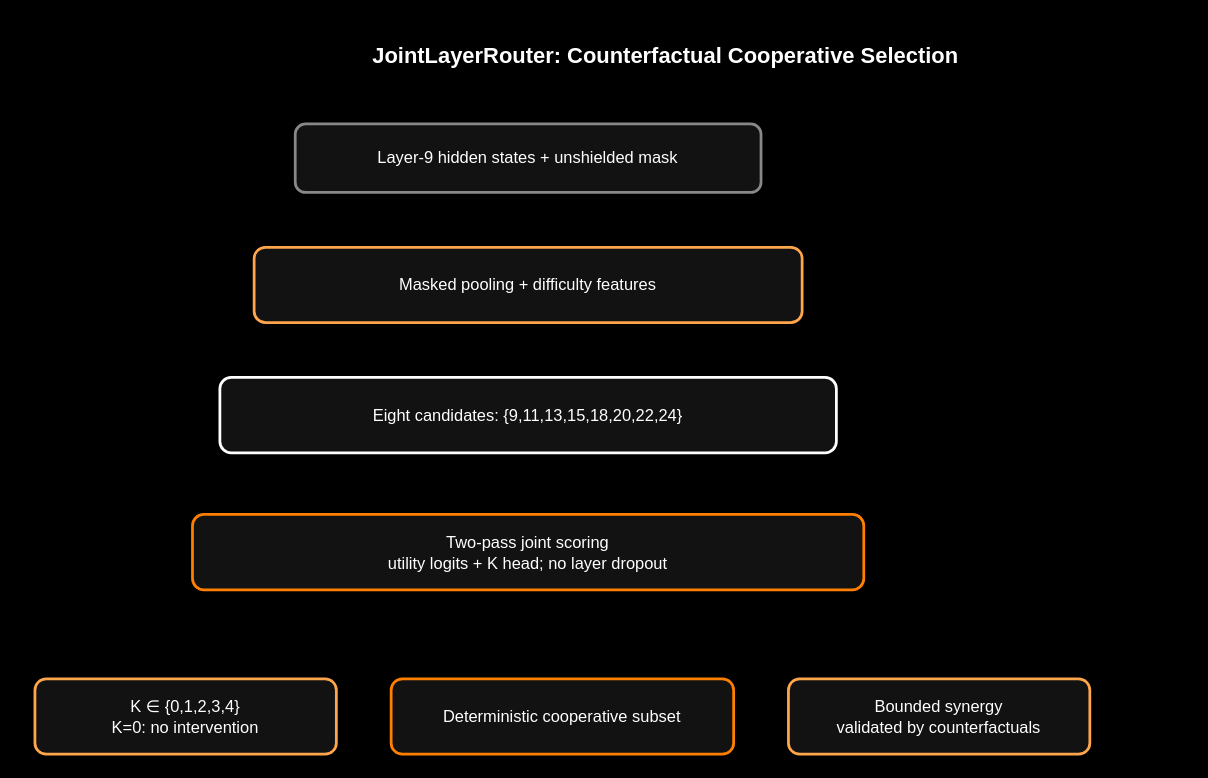
Earlier version of the draw.io diagram diagrams/diagram_router.drawio (Abdullah182155/adaptive-residual-steering). Source tidied: cells renumbered, new cells numbered last; positions are measured from the earlier drawing's top-left corner, leaving out a move shared by most shapes. Both pictures are drawn from the tidied source at 137%, with x=0, y=0 at pixel (34, 34).
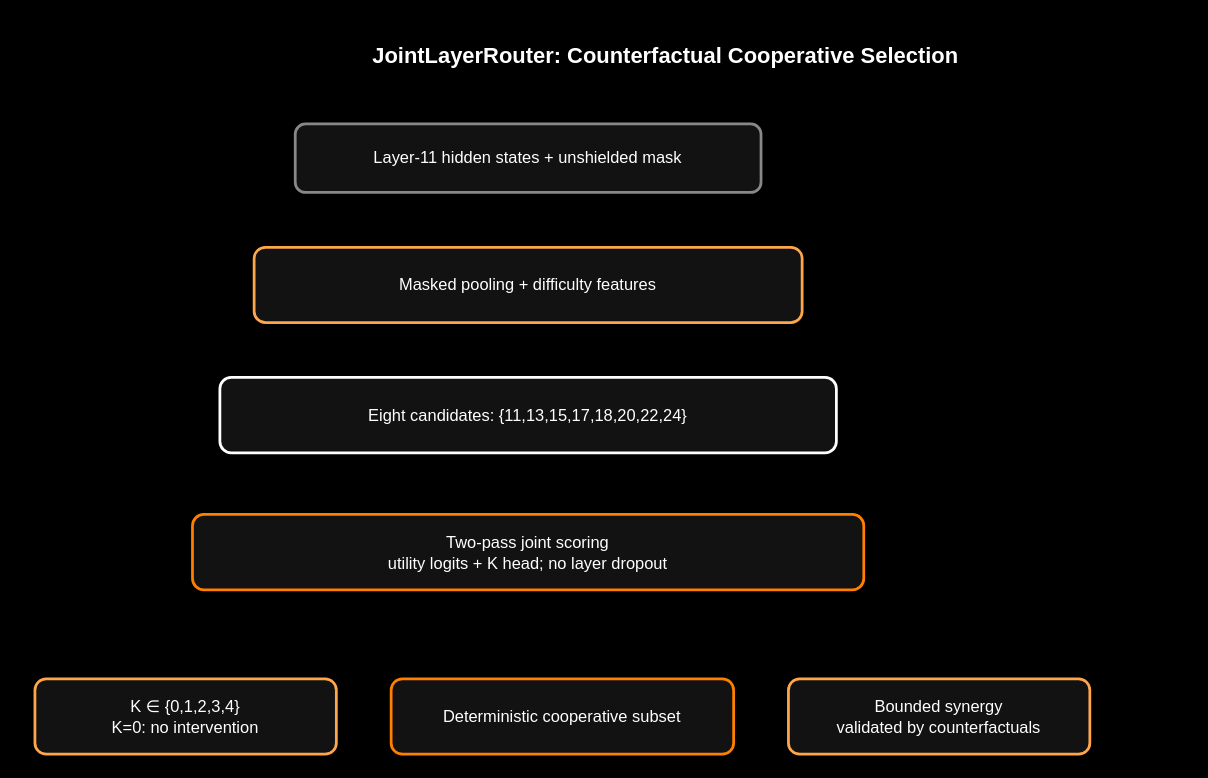
Above is the later version.

What changed in the source:
```diff
@@
 <mxGraphModel background="#000000">
   <root>
     <mxCell id="0" />
     <mxCell id="1" parent="0" />
     <mxCell id="2" value="&lt;b&gt;JointLayerRouter: Counterfactual Cooperative Selection&lt;/b&gt;" style="text;html=1;strokeColor=none;fillColor=none;align=center;verticalAlign=middle;fontSize=16;fontColor=#ffffff;" parent="1" vertex="1">
       <mxGeometry x="80" width="760" height="30" as="geometry" />
     </mxCell>
-    <mxCell id="3" value="Layer-9 hidden states + unshielded mask" style="rounded=1;whiteSpace=wrap;html=1;fillColor=#121212;strokeColor=#888888;fontColor=#ffffff;strokeWidth=2;" parent="1" vertex="1">
+    <mxCell id="3" value="Layer-11 hidden states + unshielded mask" style="rounded=1;whiteSpace=wrap;html=1;fillColor=#121212;strokeColor=#888888;fontColor=#ffffff;strokeWidth=2;" parent="1" vertex="1">
       <mxGeometry x="190" y="65" width="340" height="50" as="geometry" />
     </mxCell>
     <mxCell id="4" value="Masked pooling + difficulty features" style="rounded=1;whiteSpace=wrap;html=1;fillColor=#121212;strokeColor=#ffa64d;fontColor=#ffffff;strokeWidth=2;" parent="1" vertex="1">
       <mxGeometry x="160" y="155" width="400" height="55" as="geometry" />
     </mxCell>
-    <mxCell id="5" value="Eight candidates: {9,11,13,15,18,20,22,24}" style="rounded=1;whiteSpace=wrap;html=1;fillColor=#121212;strokeColor=#ffffff;fontColor=#ffffff;strokeWidth=2;" parent="1" vertex="1">
+    <mxCell id="5" value="Eight candidates: {11,13,15,17,18,20,22,24}" style="rounded=1;whiteSpace=wrap;html=1;fillColor=#121212;strokeColor=#ffffff;fontColor=#ffffff;strokeWidth=2;" parent="1" vertex="1">
       <mxGeometry x="135" y="250" width="450" height="55" as="geometry" />
     </mxCell>
     <mxCell id="6" value="Two-pass joint scoring&lt;br&gt;utility logits + K head; no layer dropout" style="rounded=1;whiteSpace=wrap;html=1;fillColor=#121212;strokeColor=#ff8000;fontColor=#ffffff;strokeWidth=2;" parent="1" vertex="1">
       <mxGeometry x="115" y="350" width="490" height="55" as="geometry" />
     </mxCell>
     <mxCell id="7" value="K ∈ {0,1,2,3,4}&lt;br&gt;K=0: no intervention" style="rounded=1;whiteSpace=wrap;html=1;fillColor=#121212;strokeColor=#ffa64d;fontColor=#ffffff;strokeWidth=2;" parent="1" vertex="1">
       <mxGeometry y="470" width="220" height="55" as="geometry" />
     </mxCell>
     <mxCell id="8" value="Deterministic cooperative subset" style="rounded=1;whiteSpace=wrap;html=1;fillColor=#121212;strokeColor=#ff8000;fontColor=#ffffff;strokeWidth=2;" parent="1" vertex="1">
       <mxGeometry x="260" y="470" width="250" height="55" as="geometry" />
     </mxCell>
     <mxCell id="9" value="Bounded synergy&lt;br&gt;validated by counterfactuals" style="rounded=1;whiteSpace=wrap;html=1;fillColor=#121212;strokeColor=#ffa64d;fontColor=#ffffff;strokeWidth=2;" parent="1" vertex="1">
       <mxGeometry x="550" y="470" width="220" height="55" as="geometry" />
     </mxCell>
     <mxCell id="10" style="edgeStyle=orthogonalEdgeStyle;rounded=0;strokeColor=#ff8000;strokeWidth=2;endArrow=block;" parent="1" edge="1" source="3" target="4" />
     <mxCell id="11" style="edgeStyle=orthogonalEdgeStyle;rounded=0;strokeColor=#ffa64d;strokeWidth=2;endArrow=block;" parent="1" edge="1" source="4" target="5" />
     <mxCell id="12" style="edgeStyle=orthogonalEdgeStyle;rounded=0;strokeColor=#ff8000;strokeWidth=2;endArrow=block;" parent="1" edge="1" source="5" target="6" />
     <mxCell id="13" style="edgeStyle=orthogonalEdgeStyle;rounded=0;strokeColor=#ffa64d;strokeWidth=2;endArrow=block;" parent="1" edge="1" source="6" target="7" />
     <mxCell id="14" style="edgeStyle=orthogonalEdgeStyle;rounded=0;strokeColor=#ff8000;strokeWidth=2;endArrow=block;" parent="1" edge="1" source="6" target="8" />
     <mxCell id="15" style="edgeStyle=orthogonalEdgeStyle;rounded=0;strokeColor=#ffa64d;strokeWidth=2;endArrow=block;" parent="1" edge="1" source="6" target="9" />
   </root>
 </mxGraphModel>
```
